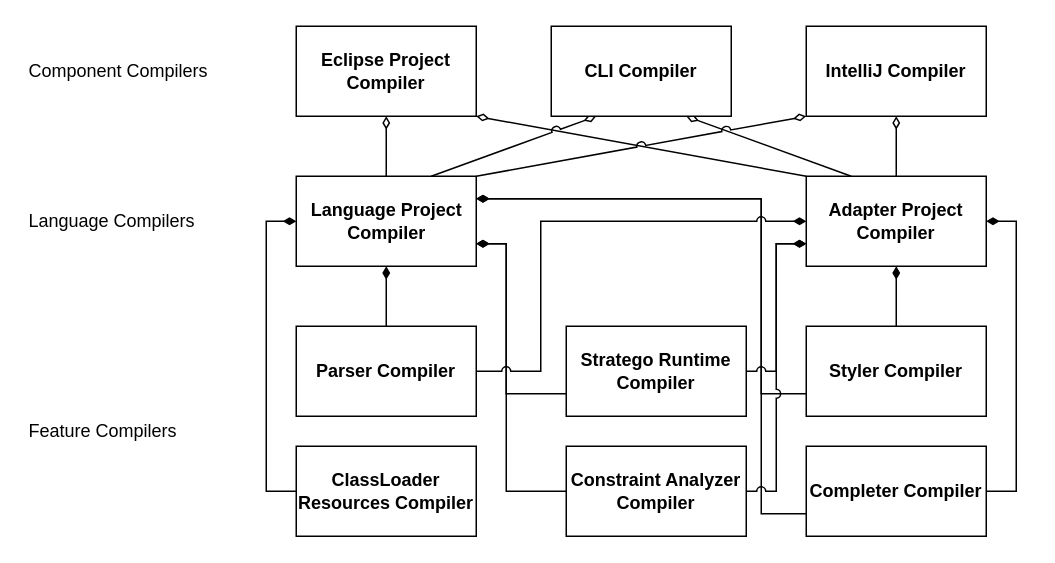
AZWN/Spoofax-pie-diagrams keeps this draw.io diagram as page "Compiler Architecture" (6 of 7) of Spoofax3 Diagrams.drawio. Above is the earlier version. Source tidied: cells renumbered, new cells numbered last; positions are measured from the earlier drawing's top-left corner, leaving out a move shared by most shapes. Both pictures are drawn from the tidied source at 150%, with x=0, y=0 at pixel (26, 26).
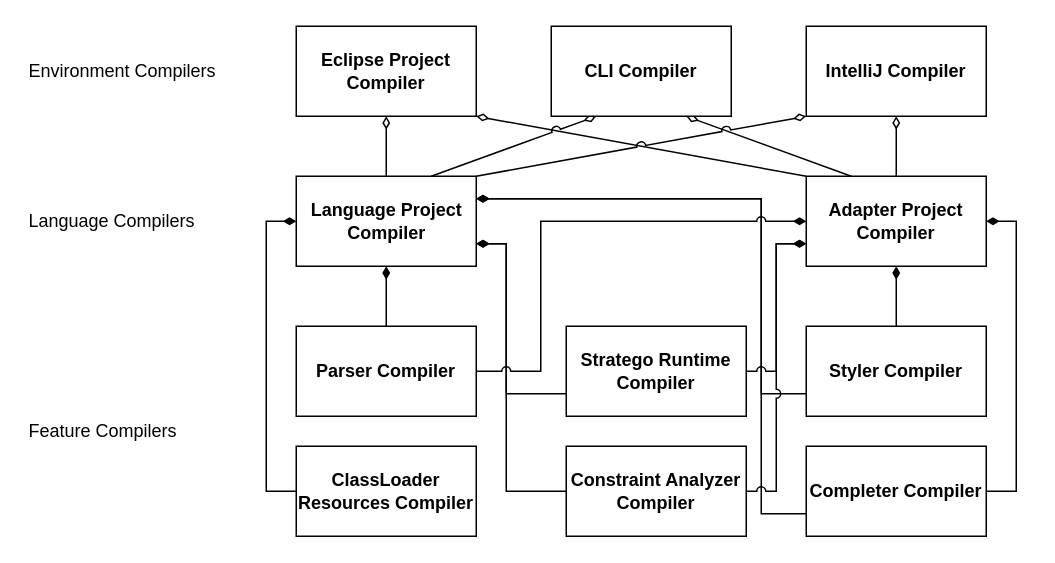
After the change.

Diff of the diagram source:
```diff
@@
-    <mxCell id="30" value="&lt;div align=&quot;left&quot;&gt;Component Compilers&lt;/div&gt;" style="text;html=1;strokeColor=none;fillColor=none;align=left;verticalAlign=middle;whiteSpace=wrap;rounded=0;" parent="1" vertex="1">
+    <mxCell id="30" value="&lt;div align=&quot;left&quot;&gt;Environment Compilers&lt;/div&gt;" style="text;html=1;strokeColor=none;fillColor=none;align=left;verticalAlign=middle;whiteSpace=wrap;rounded=0;" parent="1" vertex="1">
       <mxGeometry y="20" width="130" height="20" as="geometry" />
     </mxCell>
```
